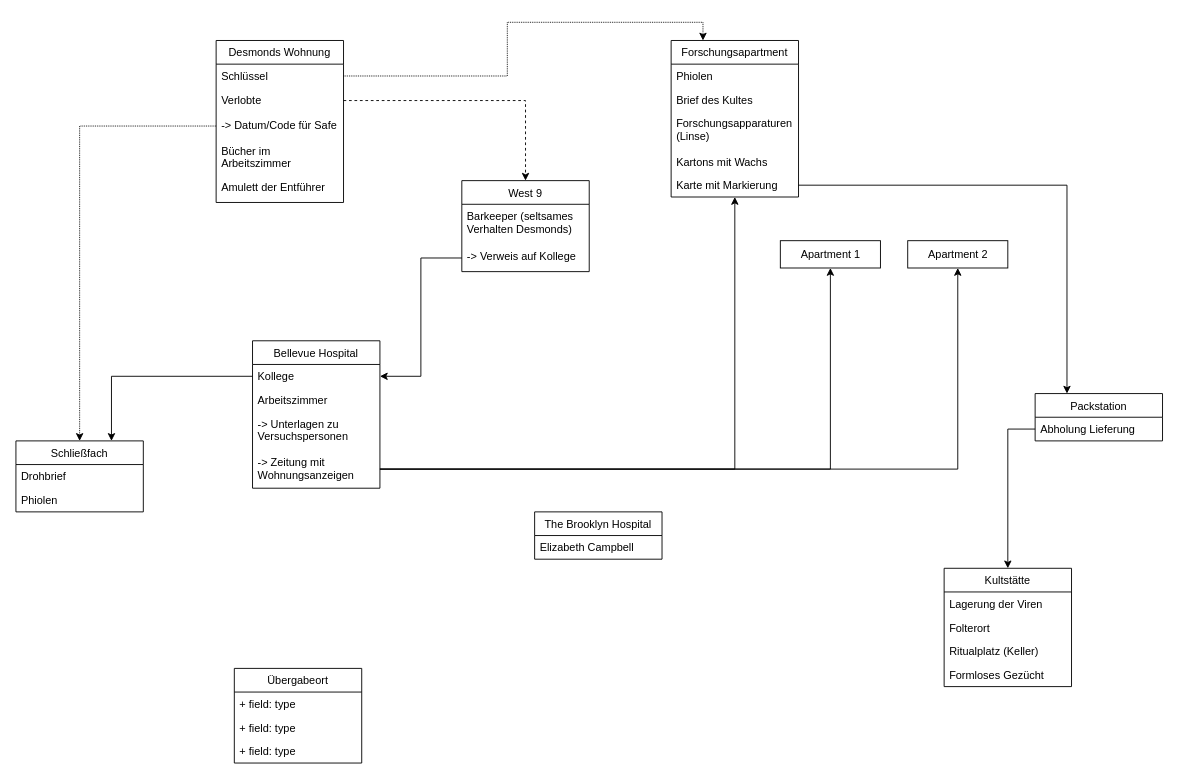
Earlier version of the draw.io diagram Hinweis Map.drawio (SasaSuppenknecht/WritingForFun). Source tidied: cells renumbered, new cells numbered last; positions are measured from the earlier drawing's top-left corner, leaving out a move shared by most shapes. Both pictures are drawn from the tidied source at 91%, with x=0, y=0 at pixel (15, 40).
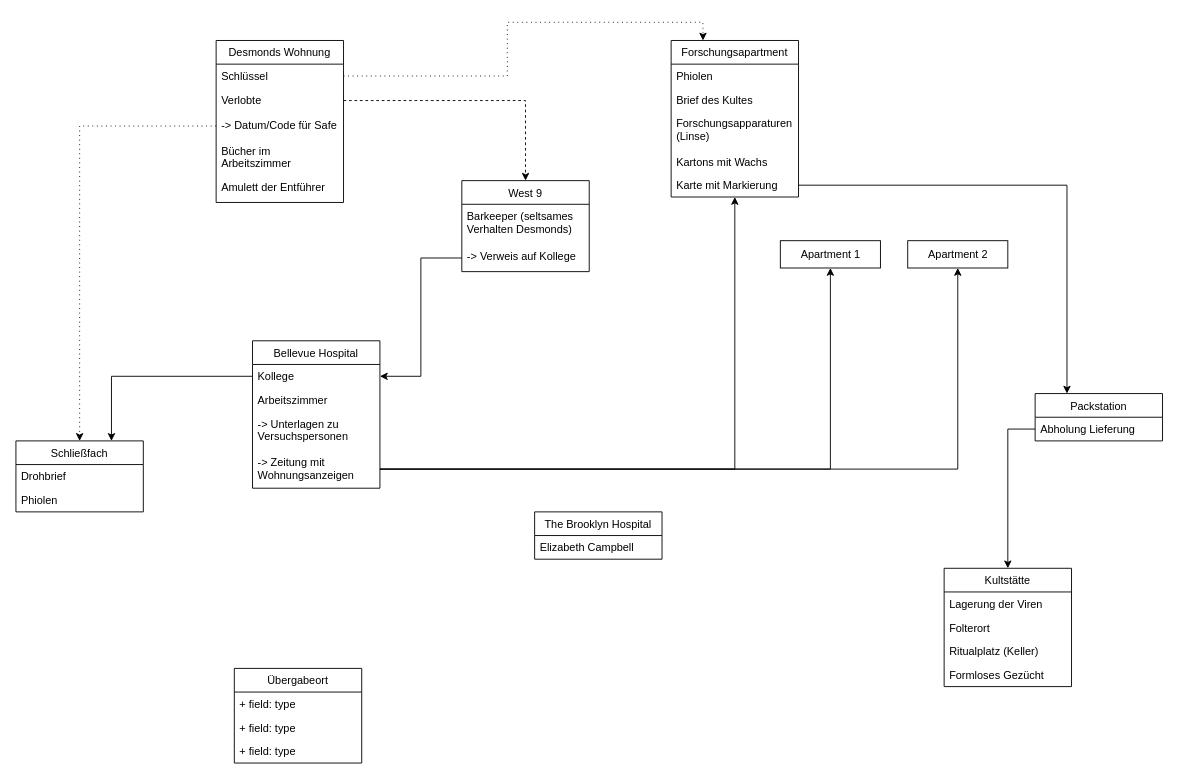
The same diagram, later.

Unchanged cells that the change refers to:
```xml
<mxCell id="2" value="Forschungsapartment" style="swimlane;fontStyle=0;horizontal=1;startSize=26;fillColor=none;" parent="1" vertex="1">
  <mxGeometry x="720" width="140" height="172" as="geometry" />
</mxCell>
<mxCell id="29" value="Schlüssel" style="text;strokeColor=none;fillColor=none;align=left;verticalAlign=top;spacingLeft=4;spacingRight=4;overflow=hidden;points=[[0,0.5],[1,0.5]];portConstraint=eastwest;" parent="28" vertex="1">
  <mxGeometry y="26" width="140" height="26" as="geometry" />
</mxCell>
<mxCell id="31" value="-&gt; Datum/Code für Safe" style="text;strokeColor=none;fillColor=none;align=left;verticalAlign=top;spacingLeft=4;spacingRight=4;overflow=hidden;points=[[0,0.5],[1,0.5]];portConstraint=eastwest;" parent="28" vertex="1">
  <mxGeometry y="80" width="140" height="28" as="geometry" />
</mxCell>
<mxCell id="34" value="Schließfach" style="swimlane;fontStyle=0;horizontal=1;startSize=26;fillColor=none;" parent="1" vertex="1">
  <mxGeometry y="440" width="140" height="78" as="geometry" />
</mxCell>
```

Diff of the diagram source:
```diff
@@
-    <mxCell id="8" style="edgeStyle=orthogonalEdgeStyle;rounded=0;jettySize=auto;html=1;exitX=1;exitY=0.5;exitDx=0;exitDy=0;entryX=0.25;entryY=0;entryDx=0;entryDy=0;dashed=1;dashPattern=1 1;" parent="1" edge="1" source="29" target="2">
+    <mxCell id="8" style="edgeStyle=orthogonalEdgeStyle;rounded=0;jettySize=auto;html=1;exitX=1;exitY=0.5;exitDx=0;exitDy=0;entryX=0.25;entryY=0;entryDx=0;entryDy=0;dashed=1;dashPattern=1 4;" parent="1" edge="1" source="29" target="2">
       <mxGeometry relative="1" as="geometry" />
     </mxCell>
@@
-    <mxCell id="38" style="edgeStyle=orthogonalEdgeStyle;rounded=0;jettySize=auto;html=1;exitX=0;exitY=0.5;exitDx=0;exitDy=0;entryX=0.5;entryY=0;entryDx=0;entryDy=0;dashed=1;dashPattern=1 1;" parent="1" edge="1" source="31" target="34">
+    <mxCell id="38" style="edgeStyle=orthogonalEdgeStyle;rounded=0;jettySize=auto;html=1;exitX=0;exitY=0.5;exitDx=0;exitDy=0;entryX=0.5;entryY=0;entryDx=0;entryDy=0;dashed=1;dashPattern=1 4;" parent="1" edge="1" source="31" target="34">
       <mxGeometry relative="1" as="geometry" />
     </mxCell>
```
